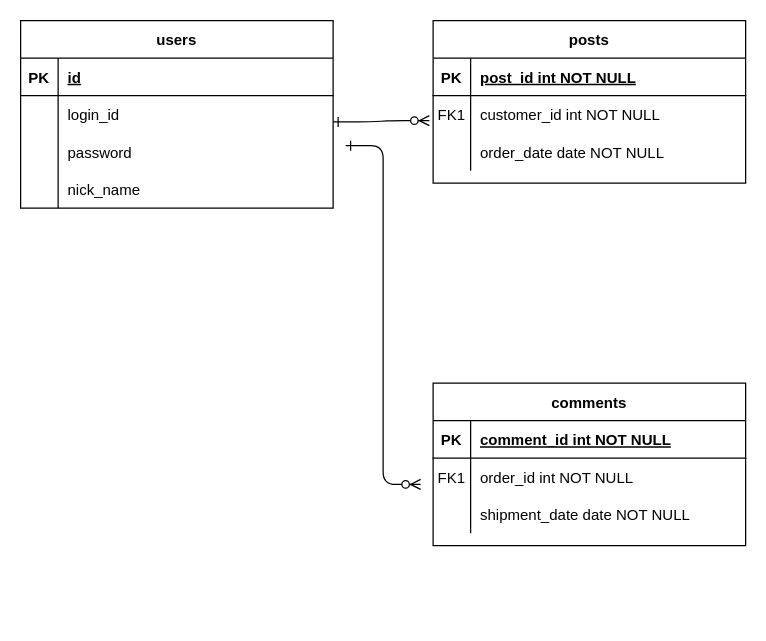
Above: 名称未設定ファイル.drawio in toshiaki-kawase/test (draw.io), before the change. Source tidied: cells renumbered, new cells numbered last; positions are measured from the earlier drawing's top-left corner, leaving out a move shared by most shapes. Both pictures are drawn from the tidied source at 125%, with x=0, y=0 at pixel (20, 20).
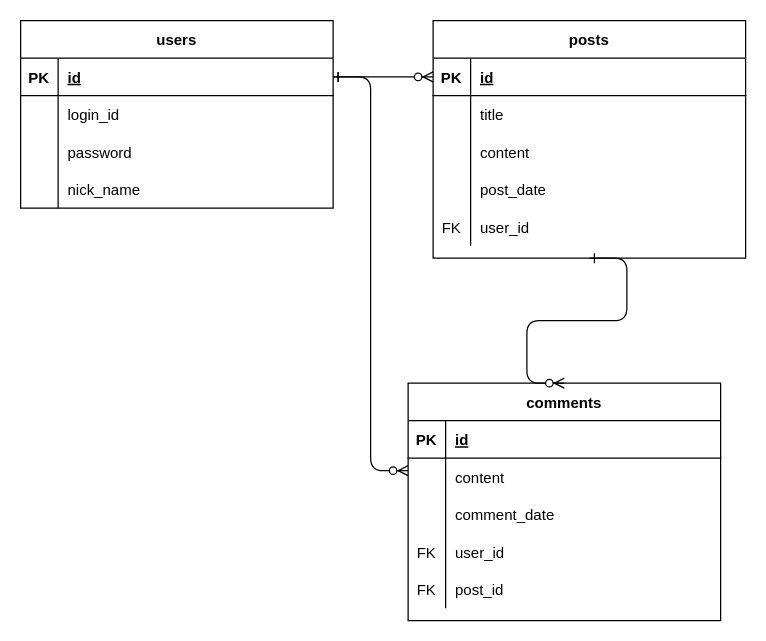
After the change.

Commit message:
名称未設定ファイル.drawio を更新します

Unchanged cells that the change refers to:
```xml
<mxCell id="5" style="shape=partialRectangle;fillColor=none;points=[[0,0.5],[1,0.5]];portConstraint=eastwest;top=0;left=0;right=0;bottom=1;" parent="4" vertex="1">
  <mxGeometry y="30" width="250" height="30" as="geometry" />
</mxCell>
<mxCell id="8" style="shape=partialRectangle;fillColor=none;top=0;left=0;right=0;bottom=0;" parent="4" vertex="1">
  <mxGeometry y="60" width="250" height="30" as="geometry" />
</mxCell>
<mxCell id="11" style="shape=partialRectangle;fillColor=none;top=0;left=0;right=0;bottom=0;" parent="4" vertex="1">
  <mxGeometry y="90" width="250" height="30" as="geometry" />
</mxCell>
<mxCell id="15" style="shape=partialRectangle;fillColor=none;top=0;left=0;right=0;bottom=1;" parent="14" vertex="1">
  <mxGeometry y="30" width="250" height="30" as="geometry" />
</mxCell>
<mxCell id="18" style="shape=partialRectangle;fillColor=none;top=0;left=0;right=0;bottom=0;" parent="14" vertex="1">
  <mxGeometry y="60" width="250" height="30" as="geometry" />
</mxCell>
<mxCell id="25" style="shape=partialRectangle;fillColor=none;points=[[0,0.5],[1,0.5]];portConstraint=eastwest;top=0;left=0;right=0;bottom=1;" parent="24" vertex="1">
  <mxGeometry y="30" width="250" height="30" as="geometry" />
</mxCell>
```

The edit, as a diff of the source:
```diff
@@
-    <mxCell id="2" style="edgeStyle=entityRelationEdgeStyle;endArrow=ERzeroToMany;startArrow=ERone;endFill=1;startFill=0;" parent="1" edge="1">
+    <mxCell id="2" style="edgeStyle=entityRelationEdgeStyle;endArrow=ERzeroToMany;startArrow=ERone;endFill=1;startFill=0;exitX=1;exitY=0.5;exitDx=0;exitDy=0;entryX=0;entryY=0.5;entryDx=0;entryDy=0;" parent="1" edge="1" source="25" target="5">
       <mxGeometry relative="1" as="geometry">
-        <mxPoint x="250" y="81" as="sourcePoint" />
-        <mxPoint x="327" y="80" as="targetPoint" />
         <Array as="points">
-          <mxPoint x="280" y="190" />
-          <mxPoint x="290" y="210" />
+          <mxPoint x="280" y="174.5" />
+          <mxPoint x="290" y="194.5" />
         </Array>
       </mxGeometry>
     </mxCell>
-    <mxCell id="3" style="edgeStyle=entityRelationEdgeStyle;endArrow=ERzeroToMany;startArrow=ERone;endFill=1;startFill=0;" parent="1" edge="1">
+    <mxCell id="3" style="edgeStyle=entityRelationEdgeStyle;endArrow=ERzeroToMany;startArrow=ERone;endFill=1;startFill=0;exitX=1;exitY=0.5;exitDx=0;exitDy=0;" parent="1" edge="1" source="25">
       <mxGeometry relative="1" as="geometry">
-        <mxPoint x="260" y="100" as="sourcePoint" />
-        <mxPoint x="320" y="371" as="targetPoint" />
+        <mxPoint x="310" y="360" as="targetPoint" />
         <Array as="points">
-          <mxPoint x="290" y="96" />
-          <mxPoint x="282" y="90" />
-          <mxPoint x="290" y="90" />
-          <mxPoint x="290" y="100" />
-          <mxPoint x="280" y="155.5" />
-          <mxPoint x="290" y="240" />
-          <mxPoint x="290" y="215.5" />
-          <mxPoint x="290" y="155.5" />
-          <mxPoint x="300" y="365.5" />
+          <mxPoint x="305" y="121" />
+          <mxPoint x="285" y="195" />
+          <mxPoint x="385" y="205" />
+          <mxPoint x="297" y="115" />
+          <mxPoint x="305" y="115" />
+          <mxPoint x="305" y="125" />
+          <mxPoint x="295" y="180.5" />
+          <mxPoint x="305" y="265" />
+          <mxPoint x="305" y="240.5" />
+          <mxPoint x="305" y="180.5" />
+          <mxPoint x="315" y="390.5" />
         </Array>
       </mxGeometry>
     </mxCell>
     <mxCell id="4" value="posts" style="shape=table;startSize=30;childLayout=tableLayout;rowLines=0;fontStyle=1;align=center;" parent="1" vertex="1">
-      <mxGeometry x="330" width="250" height="130" as="geometry" />
+      <mxGeometry x="330" width="250" height="190" as="geometry" />
     </mxCell>
@@
-    <mxCell id="7" value="post_id int NOT NULL " style="shape=partialRectangle;overflow=hidden;fillColor=none;top=0;left=0;bottom=0;right=0;align=left;spacingLeft=6;fontStyle=5;" parent="5" vertex="1">
+    <mxCell id="7" value="id" style="shape=partialRectangle;overflow=hidden;fillColor=none;top=0;left=0;bottom=0;right=0;align=left;spacingLeft=6;fontStyle=5;" parent="5" vertex="1">
       <mxGeometry x="30" width="220" height="30" as="geometry" />
     </mxCell>
@@
-    <mxCell id="9" value="FK1" style="shape=partialRectangle;overflow=hidden;fillColor=none;top=0;left=0;bottom=0;right=0;" parent="8" vertex="1">
+    <mxCell id="9" style="shape=partialRectangle;overflow=hidden;fillColor=none;top=0;left=0;bottom=0;right=0;" parent="8" vertex="1">
       <mxGeometry width="30" height="30" as="geometry" />
     </mxCell>
-    <mxCell id="10" value="customer_id int NOT NULL" style="shape=partialRectangle;overflow=hidden;fillColor=none;top=0;left=0;bottom=0;right=0;align=left;spacingLeft=6;" parent="8" vertex="1">
+    <mxCell id="10" value="title" style="shape=partialRectangle;overflow=hidden;fillColor=none;top=0;left=0;bottom=0;right=0;align=left;spacingLeft=6;" parent="8" vertex="1">
       <mxGeometry x="30" width="220" height="30" as="geometry" />
     </mxCell>
@@
-    <mxCell id="13" value="order_date date NOT NULL" style="shape=partialRectangle;overflow=hidden;fillColor=none;top=0;left=0;bottom=0;right=0;align=left;spacingLeft=6;" parent="11" vertex="1">
+    <mxCell id="13" value="content" style="shape=partialRectangle;overflow=hidden;fillColor=none;top=0;left=0;bottom=0;right=0;align=left;spacingLeft=6;" parent="11" vertex="1">
       <mxGeometry x="30" width="220" height="30" as="geometry" />
     </mxCell>
+    <mxCell id="37" style="shape=partialRectangle;fillColor=none;top=0;left=0;right=0;bottom=0;" parent="4" vertex="1">
+      <mxGeometry y="120" width="250" height="30" as="geometry" />
+    </mxCell>
+    <mxCell id="38" style="shape=partialRectangle;overflow=hidden;fillColor=none;top=0;left=0;bottom=0;right=0;" parent="37" vertex="1">
+      <mxGeometry width="30" height="30" as="geometry" />
+    </mxCell>
+    <mxCell id="39" value="post_date" style="shape=partialRectangle;overflow=hidden;fillColor=none;top=0;left=0;bottom=0;right=0;align=left;spacingLeft=6;" parent="37" vertex="1">
+      <mxGeometry x="30" width="220" height="30" as="geometry" />
+    </mxCell>
+    <mxCell id="40" style="shape=partialRectangle;fillColor=none;top=0;left=0;right=0;bottom=0;" parent="4" vertex="1">
+      <mxGeometry y="150" width="250" height="30" as="geometry" />
+    </mxCell>
+    <mxCell id="41" value="FK" style="shape=partialRectangle;overflow=hidden;fillColor=none;top=0;left=0;bottom=0;right=0;" parent="40" vertex="1">
+      <mxGeometry width="30" height="30" as="geometry" />
+    </mxCell>
+    <mxCell id="42" value="user_id" style="shape=partialRectangle;overflow=hidden;fillColor=none;top=0;left=0;bottom=0;right=0;align=left;spacingLeft=6;" parent="40" vertex="1">
+      <mxGeometry x="30" width="220" height="30" as="geometry" />
+    </mxCell>
     <mxCell id="14" value="comments" style="shape=table;startSize=30;childLayout=tableLayout;rowLines=0;fontStyle=1;align=center;" parent="1" vertex="1">
-      <mxGeometry x="330" y="290" width="250" height="130" as="geometry" />
+      <mxGeometry x="310" y="290" width="250" height="190" as="geometry" />
     </mxCell>
@@
-    <mxCell id="17" value="comment_id int NOT NULL " style="shape=partialRectangle;overflow=hidden;fillColor=none;top=0;left=0;bottom=0;right=0;align=left;spacingLeft=6;fontStyle=5;" parent="15" vertex="1">
+    <mxCell id="17" value="id" style="shape=partialRectangle;overflow=hidden;fillColor=none;top=0;left=0;bottom=0;right=0;align=left;spacingLeft=6;fontStyle=5;" parent="15" vertex="1">
       <mxGeometry x="30" width="220" height="30" as="geometry" />
     </mxCell>
@@
-    <mxCell id="19" value="FK1" style="shape=partialRectangle;overflow=hidden;fillColor=none;top=0;left=0;bottom=0;right=0;" parent="18" vertex="1">
+    <mxCell id="19" style="shape=partialRectangle;overflow=hidden;fillColor=none;top=0;left=0;bottom=0;right=0;" parent="18" vertex="1">
       <mxGeometry width="30" height="30" as="geometry" />
     </mxCell>
-    <mxCell id="20" value="order_id int NOT NULL" style="shape=partialRectangle;overflow=hidden;fillColor=none;top=0;left=0;bottom=0;right=0;align=left;spacingLeft=6;" parent="18" vertex="1">
+    <mxCell id="20" value="content" style="shape=partialRectangle;overflow=hidden;fillColor=none;top=0;left=0;bottom=0;right=0;align=left;spacingLeft=6;" parent="18" vertex="1">
       <mxGeometry x="30" width="220" height="30" as="geometry" />
     </mxCell>
+    <mxCell id="43" style="shape=partialRectangle;fillColor=none;top=0;left=0;right=0;bottom=0;" parent="14" vertex="1">
+      <mxGeometry y="90" width="250" height="30" as="geometry" />
+    </mxCell>
+    <mxCell id="44" style="shape=partialRectangle;overflow=hidden;fillColor=none;top=0;left=0;bottom=0;right=0;" parent="43" vertex="1">
+      <mxGeometry width="30" height="30" as="geometry" />
+    </mxCell>
+    <mxCell id="45" value="comment_date" style="shape=partialRectangle;overflow=hidden;fillColor=none;top=0;left=0;bottom=0;right=0;align=left;spacingLeft=6;" parent="43" vertex="1">
+      <mxGeometry x="30" width="220" height="30" as="geometry" />
+    </mxCell>
     <mxCell id="21" style="shape=partialRectangle;fillColor=none;top=0;left=0;right=0;bottom=0;" parent="14" vertex="1">
-      <mxGeometry y="90" width="250" height="30" as="geometry" />
+      <mxGeometry y="120" width="250" height="30" as="geometry" />
     </mxCell>
-    <mxCell id="22" style="shape=partialRectangle;overflow=hidden;fillColor=none;top=0;left=0;bottom=0;right=0;" parent="21" vertex="1">
+    <mxCell id="22" value="FK" style="shape=partialRectangle;overflow=hidden;fillColor=none;top=0;left=0;bottom=0;right=0;" parent="21" vertex="1">
       <mxGeometry width="30" height="30" as="geometry" />
     </mxCell>
-    <mxCell id="23" value="shipment_date date NOT NULL" style="shape=partialRectangle;overflow=hidden;fillColor=none;top=0;left=0;bottom=0;right=0;align=left;spacingLeft=6;" parent="21" vertex="1">
+    <mxCell id="23" value="user_id" style="shape=partialRectangle;overflow=hidden;fillColor=none;top=0;left=0;bottom=0;right=0;align=left;spacingLeft=6;" parent="21" vertex="1">
       <mxGeometry x="30" width="220" height="30" as="geometry" />
     </mxCell>
+    <mxCell id="46" style="shape=partialRectangle;fillColor=none;top=0;left=0;right=0;bottom=0;" parent="14" vertex="1">
+      <mxGeometry y="150" width="250" height="30" as="geometry" />
+    </mxCell>
+    <mxCell id="47" value="FK" style="shape=partialRectangle;overflow=hidden;fillColor=none;top=0;left=0;bottom=0;right=0;" parent="46" vertex="1">
+      <mxGeometry width="30" height="30" as="geometry" />
+    </mxCell>
+    <mxCell id="48" value="post_id" style="shape=partialRectangle;overflow=hidden;fillColor=none;top=0;left=0;bottom=0;right=0;align=left;spacingLeft=6;" parent="46" vertex="1">
+      <mxGeometry x="30" width="220" height="30" as="geometry" />
+    </mxCell>
@@
+    <mxCell id="49" style="edgeStyle=entityRelationEdgeStyle;endArrow=ERzeroToMany;startArrow=ERone;endFill=1;startFill=0;exitX=0.5;exitY=1;exitDx=0;exitDy=0;" parent="1" edge="1" source="4">
+      <mxGeometry relative="1" as="geometry">
+        <mxPoint x="435" y="290" as="targetPoint" />
+        <Array as="points">
+          <mxPoint x="470" y="125" />
+          <mxPoint x="530" y="195" />
+          <mxPoint x="380" y="145" />
+          <mxPoint x="285" y="21" />
+          <mxPoint x="425" y="195" />
+          <mxPoint x="445" y="145" />
+          <mxPoint x="265" y="95" />
+          <mxPoint x="365" y="105" />
+          <mxPoint x="277" y="15" />
+          <mxPoint x="285" y="15" />
+          <mxPoint x="285" y="25" />
+          <mxPoint x="275" y="80.5" />
+          <mxPoint x="285" y="165" />
+          <mxPoint x="285" y="140.5" />
+          <mxPoint x="285" y="80.5" />
+          <mxPoint x="295" y="290.5" />
+        </Array>
+      </mxGeometry>
+    </mxCell>
```
